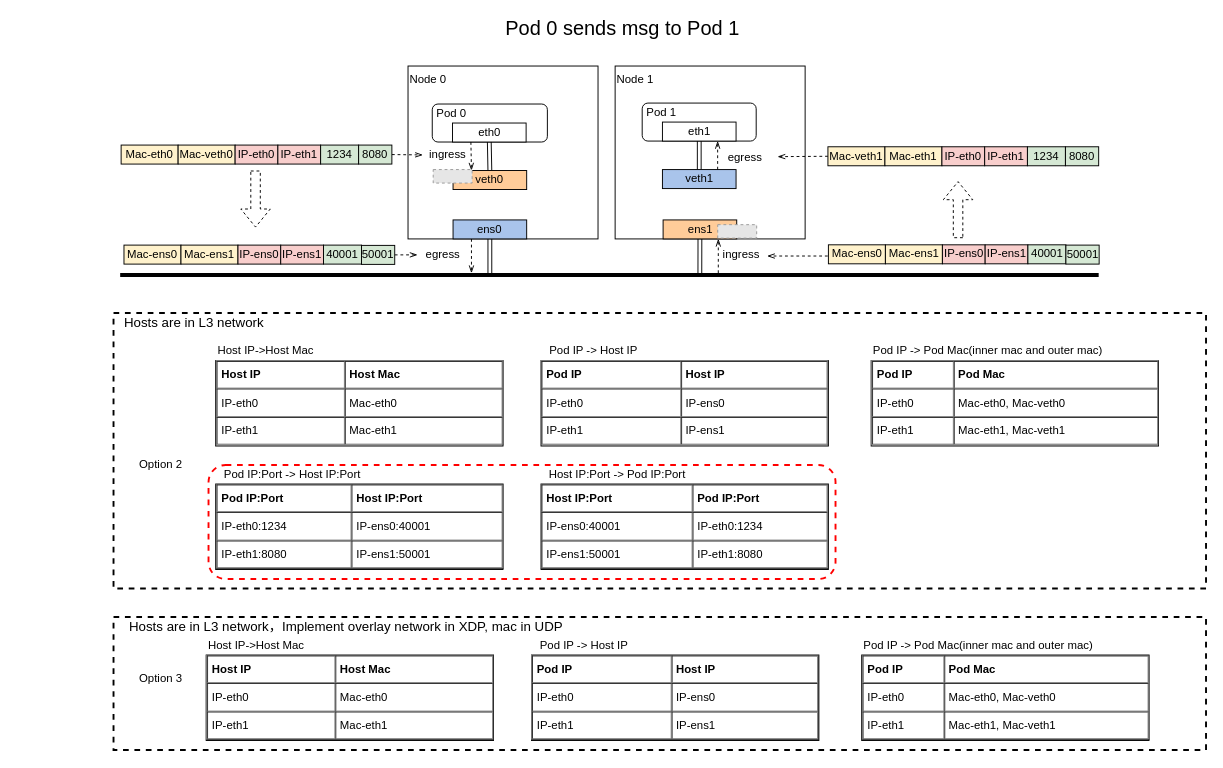
LuyaoZhong/Figures keeps this draw.io diagram as XDP_L3net.drawio. Above is the earlier version. Source tidied: cells renumbered, new cells numbered last; positions are measured from the earlier drawing's top-left corner, leaving out a move shared by most shapes. Both pictures are drawn from the tidied source at 95%, with x=0, y=0 at pixel (113, 18). Pictures stored in the file or linked from it are replaced by grey dashed boxes.
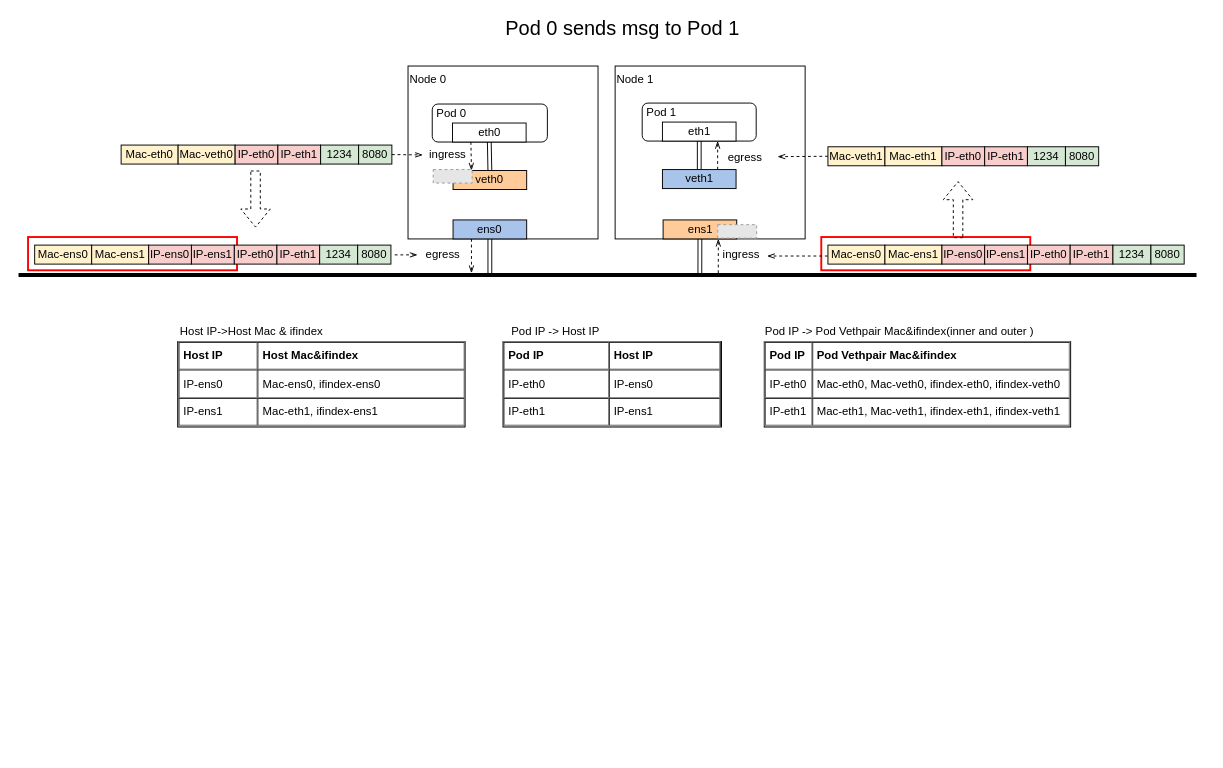
Above is the later version.

Diff of the diagram source:
```diff
@@
+    <mxCell id="83" style="rounded=0;whiteSpace=wrap;html=1;fillColor=none;strokeColor=#FF0000;strokeWidth=2;" parent="1" vertex="1">
+      <mxGeometry x="745" y="230" width="220" height="35" as="geometry" />
+    </mxCell>
+    <mxCell id="84" style="rounded=0;whiteSpace=wrap;html=1;fillColor=none;strokeColor=#FF0000;strokeWidth=2;" parent="1" vertex="1">
+      <mxGeometry x="-90" y="230" width="220" height="35" as="geometry" />
+    </mxCell>
@@
     <mxCell id="22" style="line;strokeWidth=4;html=1;perimeter=backbonePerimeter;points=[];outlineConnect=0;fillColor=#FFFFFF;" parent="1" vertex="1">
-      <mxGeometry x="7" y="265" width="1030" height="10" as="geometry" />
+      <mxGeometry x="-100" y="265" width="1240" height="10" as="geometry" />
     </mxCell>
@@
-    <mxCell id="31" value="Mac-ens0" style="rounded=0;whiteSpace=wrap;html=1;strokeColor=#000000;fillColor=#FFF2CC;" parent="1" vertex="1">
-      <mxGeometry x="11" y="238.5" width="60" height="20" as="geometry" />
-    </mxCell>
-    <mxCell id="32" value="Mac-ens1" style="rounded=0;whiteSpace=wrap;html=1;strokeColor=#000000;fillColor=#FFF2CC;" parent="1" vertex="1">
-      <mxGeometry x="71" y="238.5" width="60" height="20" as="geometry" />
-    </mxCell>
-    <mxCell id="33" value="IP-ens0" style="rounded=0;whiteSpace=wrap;html=1;strokeColor=#000000;fillColor=#F8CECC;" parent="1" vertex="1">
-      <mxGeometry x="131" y="238.5" width="45" height="20" as="geometry" />
-    </mxCell>
-    <mxCell id="34" value="IP-ens1" style="rounded=0;whiteSpace=wrap;html=1;strokeColor=#000000;fillColor=#F8CECC;" parent="1" vertex="1">
-      <mxGeometry x="176" y="238.5" width="45" height="20" as="geometry" />
-    </mxCell>
-    <mxCell id="35" value="40001" style="rounded=0;whiteSpace=wrap;html=1;strokeColor=#000000;fillColor=#D5E8D4;" parent="1" vertex="1">
-      <mxGeometry x="221" y="238.5" width="40" height="20" as="geometry" />
-    </mxCell>
-    <mxCell id="36" style="edgeStyle=orthogonalEdgeStyle;rounded=0;jettySize=auto;html=1;exitX=1;exitY=0.5;exitDx=0;exitDy=0;dashed=1;endArrow=openThin;endFill=0;" parent="1" edge="1" source="37">
+    <mxCell id="36" style="edgeStyle=orthogonalEdgeStyle;rounded=0;orthogonalLoop=1;jettySize=auto;html=1;exitX=1;exitY=0.5;exitDx=0;exitDy=0;dashed=1;endArrow=openThin;endFill=0;" parent="1" edge="1">
       <mxGeometry relative="1" as="geometry">
+        <mxPoint x="296" y="248.8" as="sourcePoint" />
         <mxPoint x="320" y="249" as="targetPoint" />
       </mxGeometry>
     </mxCell>
-    <mxCell id="37" value="50001" style="rounded=0;whiteSpace=wrap;html=1;strokeColor=#000000;fillColor=#D5E8D4;" parent="1" vertex="1">
-      <mxGeometry x="261" y="238.8" width="35" height="20" as="geometry" />
-    </mxCell>
@@
-    <mxCell id="44" style="edgeStyle=none;rounded=0;jettySize=auto;html=1;exitX=0;exitY=0.5;exitDx=0;exitDy=0;dashed=1;endArrow=openThin;endFill=0;strokeColor=#000000;strokeWidth=1;" parent="1" edge="1" source="45">
+    <mxCell id="44" style="edgeStyle=none;rounded=0;orthogonalLoop=1;jettySize=auto;html=1;exitX=0;exitY=0.5;exitDx=0;exitDy=0;dashed=1;endArrow=openThin;endFill=0;strokeColor=#000000;strokeWidth=1;" parent="1" edge="1">
       <mxGeometry relative="1" as="geometry">
+        <mxPoint x="752.5" y="248.2" as="sourcePoint" />
         <mxPoint x="688" y="250" as="targetPoint" />
         <Array as="points">
           <mxPoint x="758" y="250" />
         </Array>
       </mxGeometry>
     </mxCell>
-    <mxCell id="45" value="Mac-ens0" style="rounded=0;whiteSpace=wrap;html=1;strokeColor=#000000;fillColor=#FFF2CC;" parent="1" vertex="1">
-      <mxGeometry x="752.5" y="238.2" width="60" height="20" as="geometry" />
-    </mxCell>
-    <mxCell id="46" value="Mac-ens1" style="rounded=0;whiteSpace=wrap;html=1;strokeColor=#000000;fillColor=#FFF2CC;" parent="1" vertex="1">
-      <mxGeometry x="812.5" y="238.2" width="60" height="20" as="geometry" />
-    </mxCell>
-    <mxCell id="47" value="IP-ens0" style="rounded=0;whiteSpace=wrap;html=1;strokeColor=#000000;fillColor=#F8CECC;" parent="1" vertex="1">
-      <mxGeometry x="872.5" y="238.2" width="45" height="20" as="geometry" />
-    </mxCell>
-    <mxCell id="48" value="IP-ens1" style="rounded=0;whiteSpace=wrap;html=1;strokeColor=#000000;fillColor=#F8CECC;" parent="1" vertex="1">
-      <mxGeometry x="917.5" y="238.2" width="45" height="20" as="geometry" />
-    </mxCell>
-    <mxCell id="49" value="40001" style="rounded=0;whiteSpace=wrap;html=1;strokeColor=#000000;fillColor=#D5E8D4;" parent="1" vertex="1">
-      <mxGeometry x="962.5" y="238.2" width="40" height="20" as="geometry" />
-    </mxCell>
-    <mxCell id="50" value="50001" style="rounded=0;whiteSpace=wrap;html=1;strokeColor=#000000;fillColor=#D5E8D4;" parent="1" vertex="1">
-      <mxGeometry x="1002.5" y="238.5" width="35" height="20" as="geometry" />
-    </mxCell>
@@
-    <mxCell id="60" style="rounded=0;whiteSpace=wrap;html=1;strokeWidth=2;fillColor=none;dashed=1;" parent="1" vertex="1">
-      <mxGeometry y="310" width="1150" height="290" as="geometry" />
-    </mxCell>
-    <mxCell id="61" value="&lt;table cellpadding=&quot;4&quot; cellspacing=&quot;0&quot; border=&quot;1&quot; style=&quot;font-size: 1em ; width: 100% ; height: 100%&quot;&gt;&lt;tbody&gt;&lt;tr&gt;&lt;th&gt;Pod IP&lt;/th&gt;&lt;th&gt;Pod Mac&lt;/th&gt;&lt;/tr&gt;&lt;tr&gt;&lt;td&gt;IP-eth0&lt;/td&gt;&lt;td&gt;Mac-eth0, Mac-veth0&lt;/td&gt;&lt;/tr&gt;&lt;tr&gt;&lt;td&gt;IP-eth1&lt;/td&gt;&lt;td&gt;Mac-eth1, Mac-veth1&lt;/td&gt;&lt;/tr&gt;&lt;/tbody&gt;&lt;/table&gt; " style="verticalAlign=top;align=left;overflow=fill;fontSize=12;fontFamily=Helvetica;html=1;strokeColor=#000000;fillColor=#FFFFFF;" parent="1" vertex="1">
-      <mxGeometry x="797.5" y="360" width="302.5" height="90" as="geometry" />
-    </mxCell>
-    <mxCell id="62" value="&lt;table cellpadding=&quot;4&quot; cellspacing=&quot;0&quot; border=&quot;1&quot; style=&quot;font-size: 1em ; width: 100% ; height: 100%&quot;&gt;&lt;tbody&gt;&lt;tr&gt;&lt;th&gt;Pod IP&lt;/th&gt;&lt;th&gt;Host IP&lt;/th&gt;&lt;/tr&gt;&lt;tr&gt;&lt;td&gt;IP-eth0&lt;/td&gt;&lt;td&gt;IP-ens0&lt;/td&gt;&lt;/tr&gt;&lt;tr&gt;&lt;td&gt;IP-eth1&lt;/td&gt;&lt;td&gt;IP-ens1&lt;/td&gt;&lt;/tr&gt;&lt;/tbody&gt;&lt;/table&gt; " style="verticalAlign=top;align=left;overflow=fill;fontSize=12;fontFamily=Helvetica;html=1;strokeColor=#000000;fillColor=#FFFFFF;" parent="1" vertex="1">
-      <mxGeometry x="450" y="360" width="302.5" height="90" as="geometry" />
-    </mxCell>
-    <mxCell id="63" value="Pod IP -&amp;gt; Host IP" style="text;html=1;align=center;verticalAlign=middle;strokeColor=none;" parent="1" vertex="1">
-      <mxGeometry x="450" y="340" width="110" height="20" as="geometry" />
-    </mxCell>
-    <mxCell id="64" value="&lt;table cellpadding=&quot;4&quot; cellspacing=&quot;0&quot; border=&quot;1&quot; style=&quot;font-size: 1em ; width: 100% ; height: 100%&quot;&gt;&lt;tbody&gt;&lt;tr&gt;&lt;th&gt;Host IP&lt;/th&gt;&lt;th&gt;Host Mac&lt;/th&gt;&lt;/tr&gt;&lt;tr&gt;&lt;td&gt;IP-eth0&lt;/td&gt;&lt;td&gt;Mac-eth0&lt;/td&gt;&lt;/tr&gt;&lt;tr&gt;&lt;td&gt;IP-eth1&lt;/td&gt;&lt;td&gt;Mac-eth1&lt;/td&gt;&lt;/tr&gt;&lt;/tbody&gt;&lt;/table&gt; " style="verticalAlign=top;align=left;overflow=fill;fontSize=12;fontFamily=Helvetica;html=1;strokeColor=#000000;fillColor=#FFFFFF;" parent="1" vertex="1">
-      <mxGeometry x="107.5" y="360" width="302.5" height="90" as="geometry" />
-    </mxCell>
-    <mxCell id="65" value="Host IP-&amp;gt;Host Mac" style="text;html=1;align=center;verticalAlign=middle;strokeColor=none;" parent="1" vertex="1">
-      <mxGeometry x="100" y="340" width="120" height="20" as="geometry" />
-    </mxCell>
-    <mxCell id="66" value="Option 2" style="text;html=1;strokeColor=none;fillColor=none;align=center;verticalAlign=middle;whiteSpace=wrap;rounded=0;" parent="1" vertex="1">
-      <mxGeometry x="20" y="460" width="60" height="20" as="geometry" />
-    </mxCell>
-    <mxCell id="67" value="&lt;table cellpadding=&quot;4&quot; cellspacing=&quot;0&quot; border=&quot;1&quot; style=&quot;font-size: 1em ; width: 100% ; height: 100%&quot;&gt;&lt;tbody&gt;&lt;tr&gt;&lt;th&gt;Pod IP:Port&lt;/th&gt;&lt;th&gt;Host IP:Port&lt;/th&gt;&lt;/tr&gt;&lt;tr&gt;&lt;td&gt;IP-eth0:1234&lt;/td&gt;&lt;td&gt;IP-ens0:40001&lt;/td&gt;&lt;/tr&gt;&lt;tr&gt;&lt;td&gt;IP-eth1:8080&lt;/td&gt;&lt;td&gt;IP-ens1:50001&lt;/td&gt;&lt;/tr&gt;&lt;/tbody&gt;&lt;/table&gt; " style="verticalAlign=top;align=left;overflow=fill;fontSize=12;fontFamily=Helvetica;html=1;strokeColor=#000000;fillColor=#FFFFFF;" parent="1" vertex="1">
-      <mxGeometry x="107.5" y="490" width="302.5" height="90" as="geometry" />
-    </mxCell>
-    <mxCell id="68" value="Pod IP:Port -&amp;gt; Host IP:Port" style="text;html=1;align=center;verticalAlign=middle;strokeColor=none;" parent="1" vertex="1">
-      <mxGeometry x="107.5" y="470" width="160" height="20" as="geometry" />
-    </mxCell>
-    <mxCell id="69" value="&lt;table cellpadding=&quot;4&quot; cellspacing=&quot;0&quot; border=&quot;1&quot; style=&quot;font-size: 1em ; width: 100% ; height: 100%&quot;&gt;&lt;tbody&gt;&lt;tr&gt;&lt;th&gt;Host IP:Port&lt;/th&gt;&lt;th&gt;Pod IP:Port&lt;/th&gt;&lt;/tr&gt;&lt;tr&gt;&lt;td&gt;IP-ens0:40001&lt;/td&gt;&lt;td&gt;IP-eth0:1234&lt;/td&gt;&lt;/tr&gt;&lt;tr&gt;&lt;td&gt;IP-ens1:50001&lt;/td&gt;&lt;td&gt;IP-eth1:8080&lt;/td&gt;&lt;/tr&gt;&lt;/tbody&gt;&lt;/table&gt; " style="verticalAlign=top;align=left;overflow=fill;fontSize=12;fontFamily=Helvetica;html=1;strokeColor=#000000;fillColor=#FFFFFF;" parent="1" vertex="1">
-      <mxGeometry x="450" y="490" width="302.5" height="90" as="geometry" />
-    </mxCell>
-    <mxCell id="70" value="Host IP:Port -&amp;gt; Pod IP:Port" style="text;html=1;align=center;verticalAlign=middle;strokeColor=none;" parent="1" vertex="1">
-      <mxGeometry x="450" y="470" width="160" height="20" as="geometry" />
-    </mxCell>
-    <mxCell id="71" style="rounded=1;whiteSpace=wrap;html=1;dashed=1;strokeWidth=2;fillColor=none;strokeColor=#FF0000;" parent="1" vertex="1">
-      <mxGeometry x="100" y="470" width="660" height="120" as="geometry" />
-    </mxCell>
-    <mxCell id="72" style="rounded=0;whiteSpace=wrap;html=1;strokeWidth=2;fillColor=none;dashed=1;" parent="1" vertex="1">
-      <mxGeometry y="630" width="1150" height="140" as="geometry" />
-    </mxCell>
-    <mxCell id="73" value="Option 3" style="text;html=1;strokeColor=none;fillColor=none;align=center;verticalAlign=middle;whiteSpace=wrap;rounded=0;" parent="1" vertex="1">
-      <mxGeometry x="20" y="690" width="60" height="10" as="geometry" />
-    </mxCell>
-    <mxCell id="74" value="&lt;font style=&quot;font-size: 14px&quot;&gt;Hosts are in L3 network，Implement overlay network in XDP, mac in UDP&lt;/font&gt;" style="text;html=1;strokeColor=none;fillColor=none;align=center;verticalAlign=middle;whiteSpace=wrap;rounded=0;" parent="1" vertex="1">
-      <mxGeometry x="10" y="630" width="470" height="20" as="geometry" />
-    </mxCell>
-    <mxCell id="75" value="Pod IP -&amp;gt; Pod Mac(inner mac and outer mac)" style="text;html=1;align=center;verticalAlign=middle;strokeColor=none;" parent="1" vertex="1">
-      <mxGeometry x="790" y="340" width="260" height="20" as="geometry" />
-    </mxCell>
-    <mxCell id="76" value="&lt;font style=&quot;font-size: 14px&quot;&gt;Hosts are in L3 network&lt;/font&gt;" style="text;html=1;strokeColor=none;fillColor=none;align=center;verticalAlign=middle;whiteSpace=wrap;rounded=0;dashed=1;" parent="1" vertex="1">
-      <mxGeometry x="10" y="310" width="150" height="20" as="geometry" />
-    </mxCell>
-    <mxCell id="77" value="&lt;table cellpadding=&quot;4&quot; cellspacing=&quot;0&quot; border=&quot;1&quot; style=&quot;font-size: 1em ; width: 100% ; height: 100%&quot;&gt;&lt;tbody&gt;&lt;tr&gt;&lt;th&gt;Pod IP&lt;/th&gt;&lt;th&gt;Pod Mac&lt;/th&gt;&lt;/tr&gt;&lt;tr&gt;&lt;td&gt;IP-eth0&lt;/td&gt;&lt;td&gt;Mac-eth0, Mac-veth0&lt;/td&gt;&lt;/tr&gt;&lt;tr&gt;&lt;td&gt;IP-eth1&lt;/td&gt;&lt;td&gt;Mac-eth1, Mac-veth1&lt;/td&gt;&lt;/tr&gt;&lt;/tbody&gt;&lt;/table&gt; " style="verticalAlign=top;align=left;overflow=fill;fontSize=12;fontFamily=Helvetica;html=1;strokeColor=#000000;fillColor=#FFFFFF;" parent="1" vertex="1">
-      <mxGeometry x="787.5" y="670" width="302.5" height="90" as="geometry" />
-    </mxCell>
-    <mxCell id="78" value="Pod IP -&amp;gt; Pod Mac(inner mac and outer mac)" style="text;html=1;align=center;verticalAlign=middle;strokeColor=none;" parent="1" vertex="1">
-      <mxGeometry x="780" y="650" width="260" height="20" as="geometry" />
-    </mxCell>
-    <mxCell id="79" value="&lt;table cellpadding=&quot;4&quot; cellspacing=&quot;0&quot; border=&quot;1&quot; style=&quot;font-size: 1em ; width: 100% ; height: 100%&quot;&gt;&lt;tbody&gt;&lt;tr&gt;&lt;th&gt;Pod IP&lt;/th&gt;&lt;th&gt;Host IP&lt;/th&gt;&lt;/tr&gt;&lt;tr&gt;&lt;td&gt;IP-eth0&lt;/td&gt;&lt;td&gt;IP-ens0&lt;/td&gt;&lt;/tr&gt;&lt;tr&gt;&lt;td&gt;IP-eth1&lt;/td&gt;&lt;td&gt;IP-ens1&lt;/td&gt;&lt;/tr&gt;&lt;/tbody&gt;&lt;/table&gt; " style="verticalAlign=top;align=left;overflow=fill;fontSize=12;fontFamily=Helvetica;html=1;strokeColor=#000000;fillColor=#FFFFFF;" parent="1" vertex="1">
-      <mxGeometry x="440" y="670" width="302.5" height="90" as="geometry" />
-    </mxCell>
-    <mxCell id="80" value="Pod IP -&amp;gt; Host IP" style="text;html=1;align=center;verticalAlign=middle;strokeColor=none;" parent="1" vertex="1">
-      <mxGeometry x="440" y="650" width="110" height="20" as="geometry" />
-    </mxCell>
-    <mxCell id="81" value="&lt;table cellpadding=&quot;4&quot; cellspacing=&quot;0&quot; border=&quot;1&quot; style=&quot;font-size: 1em ; width: 100% ; height: 100%&quot;&gt;&lt;tbody&gt;&lt;tr&gt;&lt;th&gt;Host IP&lt;/th&gt;&lt;th&gt;Host Mac&lt;/th&gt;&lt;/tr&gt;&lt;tr&gt;&lt;td&gt;IP-eth0&lt;/td&gt;&lt;td&gt;Mac-eth0&lt;/td&gt;&lt;/tr&gt;&lt;tr&gt;&lt;td&gt;IP-eth1&lt;/td&gt;&lt;td&gt;Mac-eth1&lt;/td&gt;&lt;/tr&gt;&lt;/tbody&gt;&lt;/table&gt; " style="verticalAlign=top;align=left;overflow=fill;fontSize=12;fontFamily=Helvetica;html=1;strokeColor=#000000;fillColor=#FFFFFF;" parent="1" vertex="1">
-      <mxGeometry x="97.5" y="670" width="302.5" height="90" as="geometry" />
-    </mxCell>
-    <mxCell id="82" value="Host IP-&amp;gt;Host Mac" style="text;html=1;align=center;verticalAlign=middle;strokeColor=none;" parent="1" vertex="1">
-      <mxGeometry x="90" y="650" width="120" height="20" as="geometry" />
-    </mxCell>
+    <mxCell id="85" value="IP-eth0" style="rounded=0;whiteSpace=wrap;html=1;strokeColor=#000000;fillColor=#F8CECC;" parent="1" vertex="1">
+      <mxGeometry x="127" y="238.5" width="45" height="20" as="geometry" />
+    </mxCell>
+    <mxCell id="86" value="IP-eth1" style="rounded=0;whiteSpace=wrap;html=1;strokeColor=#000000;fillColor=#F8CECC;" parent="1" vertex="1">
+      <mxGeometry x="172" y="238.5" width="45" height="20" as="geometry" />
+    </mxCell>
+    <mxCell id="87" value="1234" style="rounded=0;whiteSpace=wrap;html=1;strokeColor=#000000;fillColor=#D5E8D4;" parent="1" vertex="1">
+      <mxGeometry x="217" y="238.5" width="40" height="20" as="geometry" />
+    </mxCell>
+    <mxCell id="88" value="8080" style="rounded=0;whiteSpace=wrap;html=1;strokeColor=#000000;fillColor=#D5E8D4;" parent="1" vertex="1">
+      <mxGeometry x="257" y="238.5" width="35" height="20" as="geometry" />
+    </mxCell>
+    <mxCell id="89" value="IP-eth0" style="rounded=0;whiteSpace=wrap;html=1;strokeColor=#000000;fillColor=#F8CECC;" parent="1" vertex="1">
+      <mxGeometry x="962" y="238.5" width="45" height="20" as="geometry" />
+    </mxCell>
+    <mxCell id="90" value="IP-eth1" style="rounded=0;whiteSpace=wrap;html=1;strokeColor=#000000;fillColor=#F8CECC;" parent="1" vertex="1">
+      <mxGeometry x="1007" y="238.5" width="45" height="20" as="geometry" />
+    </mxCell>
+    <mxCell id="91" value="1234" style="rounded=0;whiteSpace=wrap;html=1;strokeColor=#000000;fillColor=#D5E8D4;" parent="1" vertex="1">
+      <mxGeometry x="1052" y="238.5" width="40" height="20" as="geometry" />
+    </mxCell>
+    <mxCell id="92" value="8080" style="rounded=0;whiteSpace=wrap;html=1;strokeColor=#000000;fillColor=#D5E8D4;" parent="1" vertex="1">
+      <mxGeometry x="1092" y="238.5" width="35" height="20" as="geometry" />
+    </mxCell>
+    <mxCell id="93" value="&lt;table cellpadding=&quot;4&quot; cellspacing=&quot;0&quot; border=&quot;1&quot; style=&quot;font-size: 1em ; width: 100% ; height: 100%&quot;&gt;&lt;tbody&gt;&lt;tr&gt;&lt;th&gt;Pod IP&lt;/th&gt;&lt;th&gt;Pod Vethpair Mac&amp;amp;ifindex&lt;/th&gt;&lt;/tr&gt;&lt;tr&gt;&lt;td&gt;IP-eth0&lt;/td&gt;&lt;td&gt;Mac-eth0, Mac-veth0, ifindex-eth0, ifindex-veth0&lt;/td&gt;&lt;/tr&gt;&lt;tr&gt;&lt;td&gt;IP-eth1&lt;/td&gt;&lt;td&gt;Mac-eth1, Mac-veth1, ifindex-eth1, ifindex-veth1&lt;/td&gt;&lt;/tr&gt;&lt;/tbody&gt;&lt;/table&gt; " style="verticalAlign=top;align=left;overflow=fill;fontSize=12;fontFamily=Helvetica;html=1;strokeColor=#000000;fillColor=#FFFFFF;" parent="1" vertex="1">
+      <mxGeometry x="685" y="340" width="322.5" height="90" as="geometry" />
+    </mxCell>
+    <mxCell id="94" value="Pod IP -&amp;gt; Pod Vethpair Mac&amp;amp;ifindex(inner and outer )" style="text;html=1;align=center;verticalAlign=middle;strokeColor=none;" parent="1" vertex="1">
+      <mxGeometry x="676.5" y="320" width="300" height="20" as="geometry" />
+    </mxCell>
+    <mxCell id="95" value="&lt;table cellpadding=&quot;4&quot; cellspacing=&quot;0&quot; border=&quot;1&quot; style=&quot;font-size: 1em ; width: 100% ; height: 100%&quot;&gt;&lt;tbody&gt;&lt;tr&gt;&lt;th&gt;Pod IP&lt;/th&gt;&lt;th&gt;Host IP&lt;/th&gt;&lt;/tr&gt;&lt;tr&gt;&lt;td&gt;IP-eth0&lt;/td&gt;&lt;td&gt;IP-ens0&lt;/td&gt;&lt;/tr&gt;&lt;tr&gt;&lt;td&gt;IP-eth1&lt;/td&gt;&lt;td&gt;IP-ens1&lt;/td&gt;&lt;/tr&gt;&lt;/tbody&gt;&lt;/table&gt; " style="verticalAlign=top;align=left;overflow=fill;fontSize=12;fontFamily=Helvetica;html=1;strokeColor=#000000;fillColor=#FFFFFF;" parent="1" vertex="1">
+      <mxGeometry x="410" y="340" width="230" height="90" as="geometry" />
+    </mxCell>
+    <mxCell id="96" value="Pod IP -&amp;gt; Host IP" style="text;html=1;align=center;verticalAlign=middle;strokeColor=none;" parent="1" vertex="1">
+      <mxGeometry x="410" y="320" width="110" height="20" as="geometry" />
+    </mxCell>
+    <mxCell id="97" value="&lt;table cellpadding=&quot;4&quot; cellspacing=&quot;0&quot; border=&quot;1&quot; style=&quot;font-size: 1em ; width: 100% ; height: 100%&quot;&gt;&lt;tbody&gt;&lt;tr&gt;&lt;th&gt;Host IP&lt;/th&gt;&lt;th&gt;Host Mac&amp;amp;ifindex&lt;/th&gt;&lt;/tr&gt;&lt;tr&gt;&lt;td&gt;IP-ens0&lt;/td&gt;&lt;td&gt;Mac-ens0, ifindex-ens0&lt;/td&gt;&lt;/tr&gt;&lt;tr&gt;&lt;td&gt;IP-ens1&lt;/td&gt;&lt;td&gt;Mac-eth1, ifindex-ens1&lt;/td&gt;&lt;/tr&gt;&lt;/tbody&gt;&lt;/table&gt; " style="verticalAlign=top;align=left;overflow=fill;fontSize=12;fontFamily=Helvetica;html=1;strokeColor=#000000;fillColor=#FFFFFF;" parent="1" vertex="1">
+      <mxGeometry x="67.5" y="340" width="302.5" height="90" as="geometry" />
+    </mxCell>
+    <mxCell id="98" value="Host IP-&amp;gt;Host Mac &amp;amp; ifindex" style="text;html=1;align=center;verticalAlign=middle;strokeColor=none;" parent="1" vertex="1">
+      <mxGeometry x="60" y="320" width="170" height="20" as="geometry" />
+    </mxCell>
+    <mxCell id="99" value="Mac-ens0" style="rounded=0;whiteSpace=wrap;html=1;strokeColor=#000000;fillColor=#FFF2CC;" parent="1" vertex="1">
+      <mxGeometry x="-83" y="238.5" width="60" height="20" as="geometry" />
+    </mxCell>
+    <mxCell id="100" value="Mac-ens1" style="rounded=0;whiteSpace=wrap;html=1;strokeColor=#000000;fillColor=#FFF2CC;" parent="1" vertex="1">
+      <mxGeometry x="-23" y="238.5" width="60" height="20" as="geometry" />
+    </mxCell>
+    <mxCell id="101" value="IP-ens0" style="rounded=0;whiteSpace=wrap;html=1;strokeColor=#000000;fillColor=#F8CECC;" parent="1" vertex="1">
+      <mxGeometry x="37" y="238.5" width="45" height="20" as="geometry" />
+    </mxCell>
+    <mxCell id="102" value="IP-ens1" style="rounded=0;whiteSpace=wrap;html=1;strokeColor=#000000;fillColor=#F8CECC;" parent="1" vertex="1">
+      <mxGeometry x="82" y="238.5" width="45" height="20" as="geometry" />
+    </mxCell>
+    <mxCell id="103" value="Mac-ens0" style="rounded=0;whiteSpace=wrap;html=1;strokeColor=#000000;fillColor=#FFF2CC;" parent="1" vertex="1">
+      <mxGeometry x="752" y="238.5" width="60" height="20" as="geometry" />
+    </mxCell>
+    <mxCell id="104" value="Mac-ens1" style="rounded=0;whiteSpace=wrap;html=1;strokeColor=#000000;fillColor=#FFF2CC;" parent="1" vertex="1">
+      <mxGeometry x="812" y="238.5" width="60" height="20" as="geometry" />
+    </mxCell>
+    <mxCell id="105" value="IP-ens0" style="rounded=0;whiteSpace=wrap;html=1;strokeColor=#000000;fillColor=#F8CECC;" parent="1" vertex="1">
+      <mxGeometry x="872" y="238.5" width="45" height="20" as="geometry" />
+    </mxCell>
+    <mxCell id="106" value="IP-ens1" style="rounded=0;whiteSpace=wrap;html=1;strokeColor=#000000;fillColor=#F8CECC;" parent="1" vertex="1">
+      <mxGeometry x="917" y="238.5" width="45" height="20" as="geometry" />
+    </mxCell>
```
